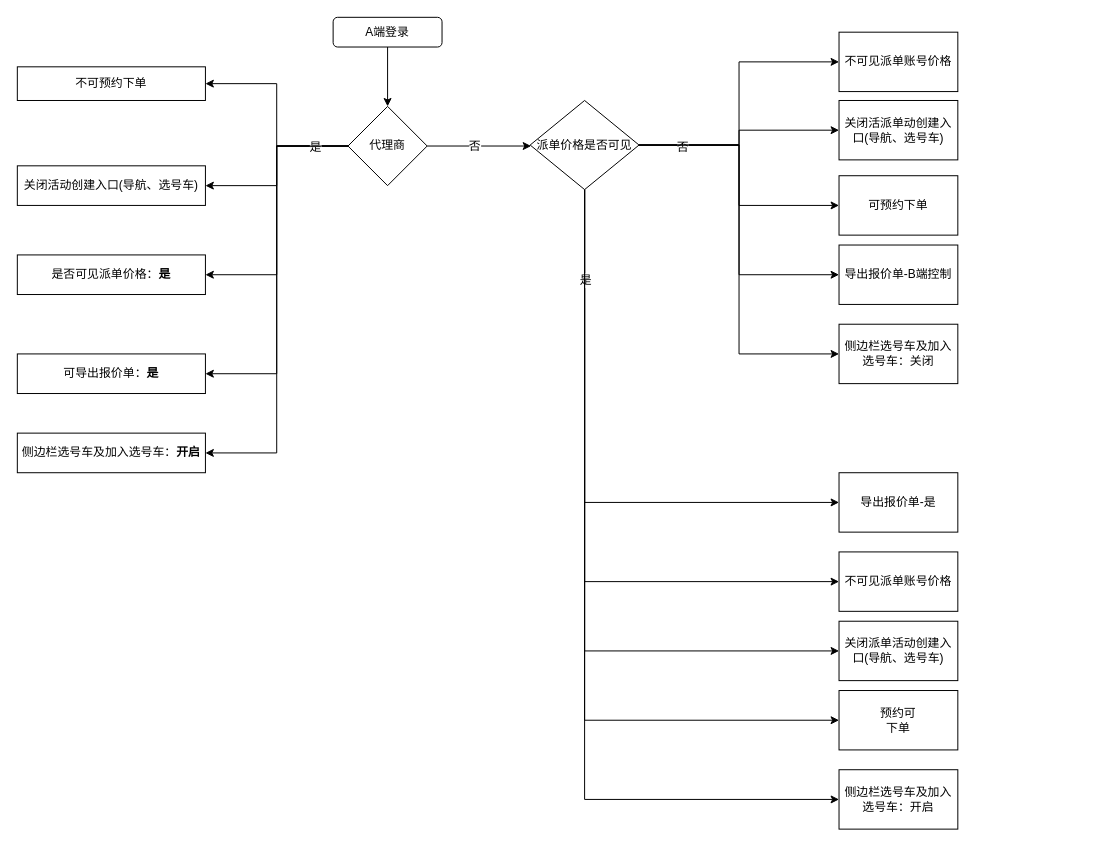
This is 派单.drawio from nobody05/draw_file, a draw.io file, before an edit. Source tidied: cells renumbered, new cells numbered last; positions are measured from the earlier drawing's top-left corner, leaving out a move shared by most shapes. Both pictures are drawn from the tidied source at 99%, with x=0, y=0 at pixel (17, 17).
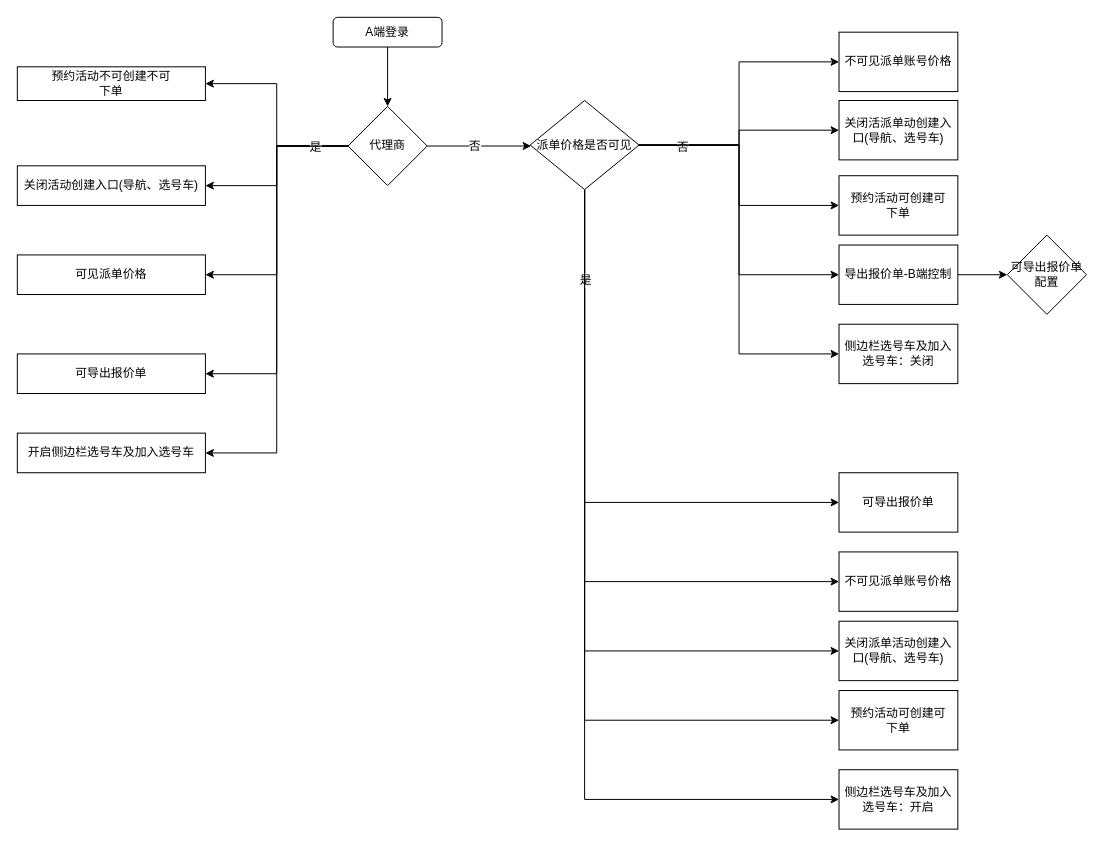
After the change.

The change refers to these unchanged cells:
```xml
<mxCell id="38" value="导出报价单-B端控制" style="rounded=0;whiteSpace=wrap;html=1;" parent="1" vertex="1">
  <mxGeometry x="830" y="230" width="120" height="60" as="geometry" />
</mxCell>
```

The edit, as a diff of the source:
```diff
@@
-    <mxCell id="13" value="不可预约下单" style="rounded=0;whiteSpace=wrap;html=1;" parent="1" vertex="1">
+    <mxCell id="13" value="预约活动不可创建不可&lt;br&gt;下单" style="rounded=0;whiteSpace=wrap;html=1;" parent="1" vertex="1">
       <mxGeometry y="50" width="190" height="34" as="geometry" />
     </mxCell>
@@
-    <mxCell id="28" value="是否可见派单价格：&lt;b&gt;是&lt;/b&gt;" style="rounded=0;whiteSpace=wrap;html=1;" parent="1" vertex="1">
+    <mxCell id="28" value="可见派单价格" style="rounded=0;whiteSpace=wrap;html=1;" parent="1" vertex="1">
       <mxGeometry y="240" width="190" height="40" as="geometry" />
     </mxCell>
-    <mxCell id="29" value="可导出报价单：&lt;b&gt;是&lt;/b&gt;" style="rounded=0;whiteSpace=wrap;html=1;" parent="1" vertex="1">
+    <mxCell id="29" value="可导出报价单" style="rounded=0;whiteSpace=wrap;html=1;" parent="1" vertex="1">
       <mxGeometry y="340" width="190" height="40" as="geometry" />
     </mxCell>
@@
-    <mxCell id="32" value="可预约下单" style="rounded=0;whiteSpace=wrap;html=1;" parent="1" vertex="1">
+    <mxCell id="32" value="预约活动可创建可&lt;br&gt;下单" style="rounded=0;whiteSpace=wrap;html=1;" parent="1" vertex="1">
       <mxGeometry x="830" y="160" width="120" height="60" as="geometry" />
     </mxCell>
@@
-    <mxCell id="34" value="预约可&lt;br&gt;下单" style="rounded=0;whiteSpace=wrap;html=1;" parent="1" vertex="1">
+    <mxCell id="34" value="预约活动可创建可&lt;br&gt;下单" style="rounded=0;whiteSpace=wrap;html=1;" parent="1" vertex="1">
       <mxGeometry x="830" y="680" width="120" height="60" as="geometry" />
     </mxCell>
@@
-    <mxCell id="36" value="侧边栏选号车及加入选号车：&lt;b&gt;开启&lt;/b&gt;&lt;br&gt;" style="rounded=0;whiteSpace=wrap;html=1;" parent="1" vertex="1">
+    <mxCell id="36" value="开启侧边栏选号车及加入选号车&lt;br&gt;" style="rounded=0;whiteSpace=wrap;html=1;" parent="1" vertex="1">
       <mxGeometry y="420" width="190" height="40" as="geometry" />
     </mxCell>
-    <mxCell id="37" value="导出报价单-是" style="rounded=0;whiteSpace=wrap;html=1;" parent="1" vertex="1">
+    <mxCell id="37" value="可导出报价单" style="rounded=0;whiteSpace=wrap;html=1;" parent="1" vertex="1">
       <mxGeometry x="830" y="460" width="120" height="60" as="geometry" />
     </mxCell>
+    <mxCell id="41" style="edgeStyle=orthogonalEdgeStyle;rounded=0;jettySize=auto;html=1;exitX=1;exitY=0.5;exitDx=0;exitDy=0;entryX=0;entryY=0.5;entryDx=0;entryDy=0;" parent="1" edge="1" source="38" target="42">
+      <mxGeometry relative="1" as="geometry" />
+    </mxCell>
@@
+    <mxCell id="42" value="可导出报价单配置" style="rhombus;whiteSpace=wrap;html=1;" parent="1" vertex="1">
+      <mxGeometry x="1000" y="220" width="80" height="80" as="geometry" />
+    </mxCell>
```
